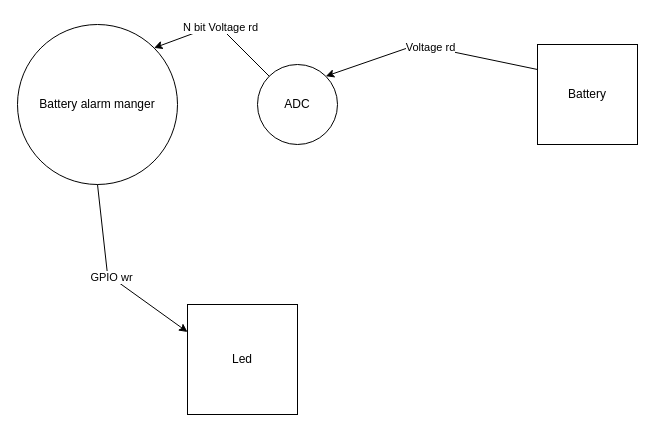
Above: page "Level 2 - Battery Alarm Manager" (5 of 5) of diagrams/PPG signal processing device STM32F411RE.drawio.xml in Tonyb94/PPG-Signal-Processing (draw.io), before the change. Source tidied: cells renumbered, new cells numbered last; positions are measured from the earlier drawing's top-left corner, leaving out a move shared by most shapes. Both pictures are drawn from the tidied source at 100%, with x=0, y=0 at pixel (17, 24).
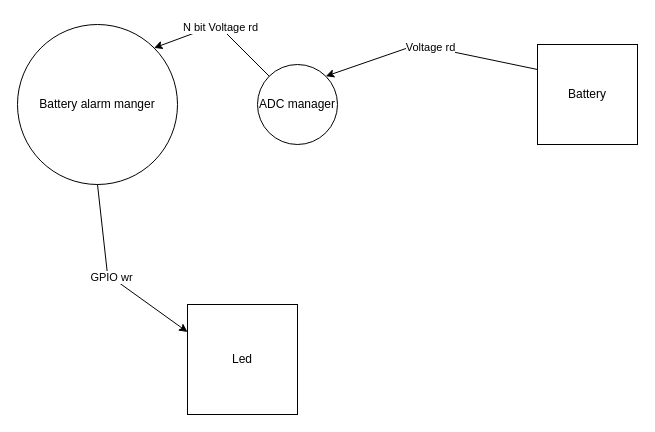
After the change.

The edit, as a diff of the source:
```diff
@@
 <mxGraphModel>
   <root>
     <mxCell id="0" />
     <mxCell id="1" parent="0" />
     <mxCell id="2" value="Battery alarm manger" style="ellipse;whiteSpace=wrap;html=1;" parent="1" vertex="1">
       <mxGeometry width="160" height="160" as="geometry" />
     </mxCell>
     <mxCell id="3" value="Battery" style="whiteSpace=wrap;html=1;" parent="1" vertex="1">
       <mxGeometry x="520" y="20" width="100" height="100" as="geometry" />
     </mxCell>
-    <mxCell id="4" value="ADC" style="ellipse;whiteSpace=wrap;html=1;" parent="1" vertex="1">
+    <mxCell id="4" value="ADC manager" style="ellipse;whiteSpace=wrap;html=1;" parent="1" vertex="1">
       <mxGeometry x="240" y="40" width="80" height="80" as="geometry" />
     </mxCell>
     <mxCell id="5" style="endArrow=classic;html=1;rounded=0;exitX=0;exitY=0.25;exitDx=0;exitDy=0;entryX=1;entryY=0;entryDx=0;entryDy=0;" parent="1" edge="1" source="3" target="4">
       <mxGeometry relative="1" as="geometry">
         <Array as="points">
           <mxPoint x="400" y="20" />
         </Array>
       </mxGeometry>
     </mxCell>
     <mxCell id="6" value="Voltage rd" style="edgeLabel;html=1;align=center;verticalAlign=middle;" parent="5" vertex="1">
       <mxGeometry relative="1" as="geometry" />
     </mxCell>
     <mxCell id="7" style="endArrow=classic;html=1;rounded=0;exitX=0;exitY=0;exitDx=0;exitDy=0;entryX=1;entryY=0;entryDx=0;entryDy=0;" parent="1" edge="1" source="4" target="2">
       <mxGeometry relative="1" as="geometry">
         <Array as="points">
           <mxPoint x="200" />
         </Array>
       </mxGeometry>
     </mxCell>
     <mxCell id="8" value="N bit Voltage rd" style="edgeLabel;html=1;align=center;verticalAlign=middle;" parent="7" vertex="1">
       <mxGeometry relative="1" as="geometry" />
     </mxCell>
     <mxCell id="9" value="Led" style="whiteSpace=wrap;html=1;" parent="1" vertex="1">
       <mxGeometry x="170" y="280" width="110" height="110" as="geometry" />
     </mxCell>
     <mxCell id="10" style="endArrow=classic;html=1;rounded=0;exitX=0.5;exitY=1;exitDx=0;exitDy=0;entryX=0;entryY=0.25;entryDx=0;entryDy=0;" parent="1" edge="1" source="2" target="9">
       <mxGeometry relative="1" as="geometry">
         <Array as="points">
           <mxPoint x="90" y="250" />
         </Array>
       </mxGeometry>
     </mxCell>
     <mxCell id="11" value="GPIO wr" style="edgeLabel;html=1;align=center;verticalAlign=middle;" parent="10" vertex="1">
       <mxGeometry relative="1" as="geometry" />
     </mxCell>
   </root>
 </mxGraphModel>
```
